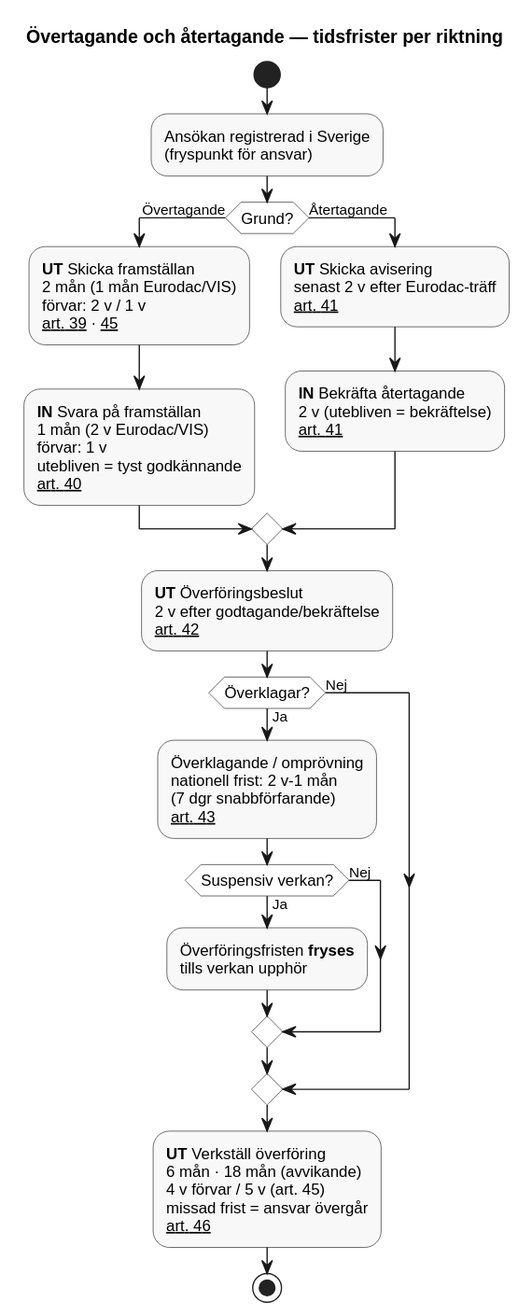
Before: docs/domains/responsibility/diagrams/take-charge-take-back-timelimits.svg, a diagram exported from PlantUML (chrhe894/migration_pact).
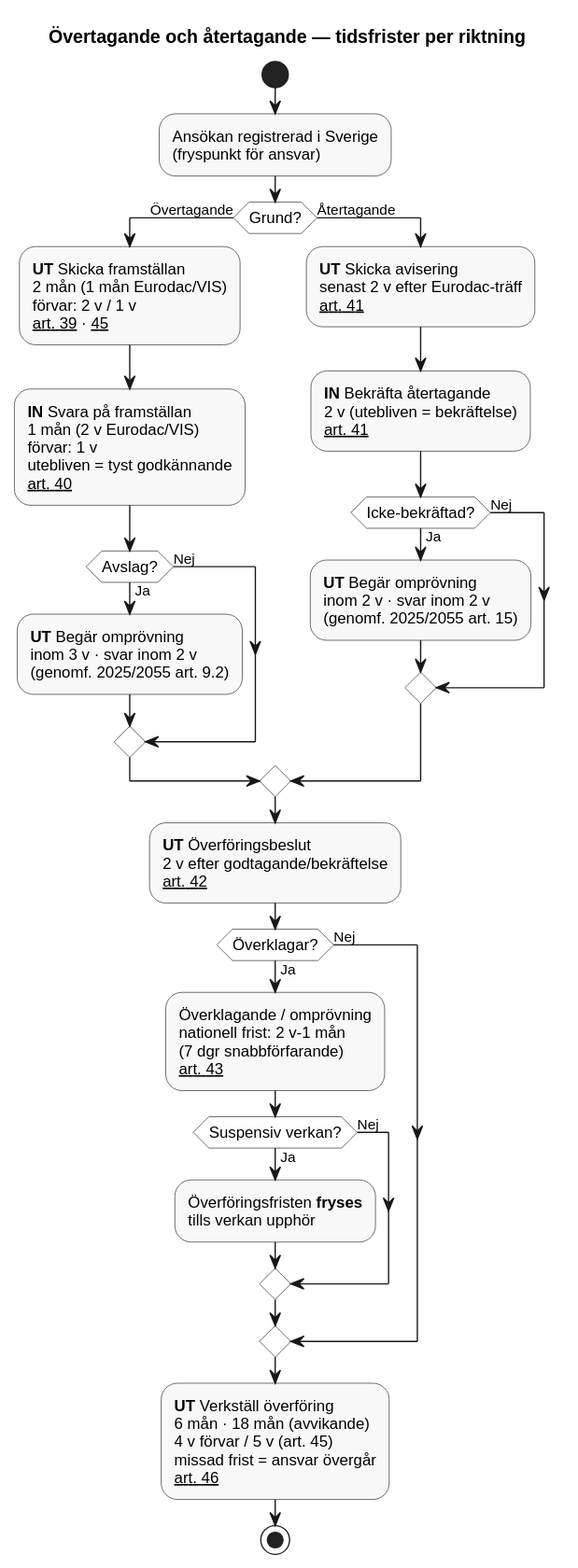
After the commit.

Diff of the diagram source:
```diff
@@ -21,9 +21,17 @@
 if (Grund?) then (Övertagande)
   :**UT** Skicka framställan\n2 mån (1 mån Eurodac/VIS)\nförvar: 2 v / 1 v\n[[../articles/ammr-039.md art. 39]] · [[../articles/ammr-045.md 45]];
   :**IN** Svara på framställan\n1 mån (2 v Eurodac/VIS)\nförvar: 1 v\nutebliven = tyst godkännande\n[[../articles/ammr-040.md art. 40]];
+  if (Avslag?) then (Ja)
+    :**UT** Begär omprövning\ninom 3 v · svar inom 2 v\n(genomf. 2025/2055 art. 9.2);
+  else (Nej)
+  endif
 else (Återtagande)
   :**UT** Skicka avisering\nsenast 2 v efter Eurodac-träff\n[[../articles/ammr-041.md art. 41]];
   :**IN** Bekräfta återtagande\n2 v (utebliven = bekräftelse)\n[[../articles/ammr-041.md art. 41]];
+  if (Icke-bekräftad?) then (Ja)
+    :**UT** Begär omprövning\ninom 2 v · svar inom 2 v\n(genomf. 2025/2055 art. 15);
+  else (Nej)
+  endif
 endif
 
 :**UT** Överföringsbeslut\n2 v efter godtagande/bekräftelse\n[[../articles/ammr-042.md art. 42]];
```
